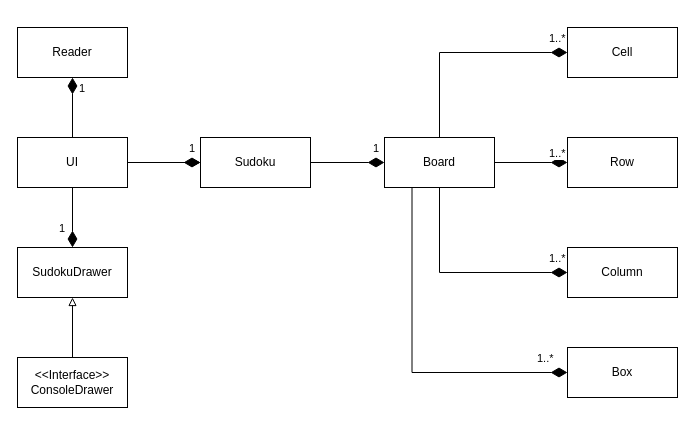
The draw.io diagram sudoku.drawio in GXZheng312/Design-Patterns-Assessment, before the edit. Source tidied: cells renumbered, new cells numbered last; positions are measured from the earlier drawing's top-left corner, leaving out a move shared by most shapes. Both pictures are drawn from the tidied source at 100%, with x=0, y=0 at pixel (17, 27).
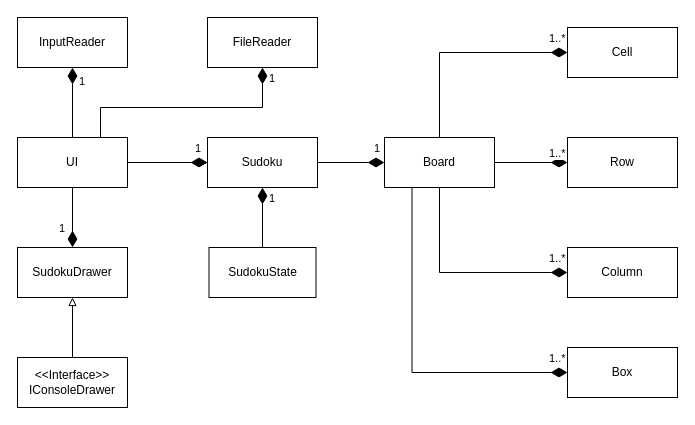
Above is the later version.

Unchanged cells that the change refers to:
```xml
<mxCell id="10" value="Box" style="rounded=0;whiteSpace=wrap;html=1;" parent="1" vertex="1">
  <mxGeometry x="550" y="320" width="110" height="50" as="geometry" />
</mxCell>
<mxCell id="11" value="Board" style="rounded=0;whiteSpace=wrap;html=1;" parent="1" vertex="1">
  <mxGeometry x="367" y="110" width="110" height="50" as="geometry" />
</mxCell>
```

Change to the diagram source:
```diff
@@
     <mxCell id="2" value="Sudoku" style="rounded=0;whiteSpace=wrap;html=1;" parent="1" vertex="1">
-      <mxGeometry x="183" y="110" width="110" height="50" as="geometry" />
+      <mxGeometry x="190" y="110" width="110" height="50" as="geometry" />
     </mxCell>
@@
-    <mxCell id="5" value="Reader" style="rounded=0;whiteSpace=wrap;html=1;" parent="1" vertex="1">
-      <mxGeometry width="110" height="50" as="geometry" />
+    <mxCell id="5" value="InputReader" style="rounded=0;whiteSpace=wrap;html=1;" parent="1" vertex="1">
+      <mxGeometry y="-10" width="110" height="50" as="geometry" />
     </mxCell>
@@
     <mxCell id="19" value="1..*" style="endArrow=none;html=1;endSize=12;startArrow=diamondThin;startSize=14;startFill=1;edgeStyle=orthogonalEdgeStyle;align=left;verticalAlign=bottom;rounded=0;exitX=0;exitY=0.5;exitDx=0;exitDy=0;endFill=0;entryX=0.25;entryY=1;entryDx=0;entryDy=0;" parent="1" edge="1" source="10" target="11">
-      <mxGeometry x="-0.81" y="-5" relative="1" as="geometry" />
+      <mxGeometry x="-0.88" y="-5" relative="1" as="geometry" />
     </mxCell>
-    <mxCell id="20" value="&amp;lt;&amp;lt;Interface&amp;gt;&amp;gt;&lt;br&gt;ConsoleDrawer" style="rounded=0;whiteSpace=wrap;html=1;" parent="1" vertex="1">
+    <mxCell id="20" value="&amp;lt;&amp;lt;Interface&amp;gt;&amp;gt;&lt;br&gt;IConsoleDrawer" style="rounded=0;whiteSpace=wrap;html=1;" parent="1" vertex="1">
       <mxGeometry y="330" width="110" height="50" as="geometry" />
     </mxCell>
@@
+    <mxCell id="22" value="FileReader" style="rounded=0;whiteSpace=wrap;html=1;" parent="1" vertex="1">
+      <mxGeometry x="190" y="-10" width="110" height="50" as="geometry" />
+    </mxCell>
+    <mxCell id="23" value="1" style="endArrow=none;html=1;endSize=12;startArrow=diamondThin;startSize=14;startFill=1;edgeStyle=orthogonalEdgeStyle;align=left;verticalAlign=bottom;rounded=0;exitX=0.5;exitY=1;exitDx=0;exitDy=0;endFill=0;" parent="1" edge="1" source="22">
+      <mxGeometry x="-0.83" y="5" relative="1" as="geometry">
+        <mxPoint x="83" y="110" as="targetPoint" />
+        <Array as="points">
+          <mxPoint x="245" y="80" />
+          <mxPoint x="83" y="80" />
+        </Array>
+      </mxGeometry>
+    </mxCell>
+    <mxCell id="24" value="SudokuState" style="rounded=0;whiteSpace=wrap;html=1;" parent="1" vertex="1">
+      <mxGeometry x="191.5" y="220" width="107" height="50" as="geometry" />
+    </mxCell>
+    <mxCell id="25" value="1" style="endArrow=none;html=1;endSize=12;startArrow=diamondThin;startSize=14;startFill=1;edgeStyle=orthogonalEdgeStyle;align=left;verticalAlign=bottom;rounded=0;exitX=0.5;exitY=1;exitDx=0;exitDy=0;entryX=0.5;entryY=0;entryDx=0;entryDy=0;endFill=0;" parent="1" edge="1" source="2" target="24">
+      <mxGeometry x="-0.33" y="5" relative="1" as="geometry" />
+    </mxCell>
```
